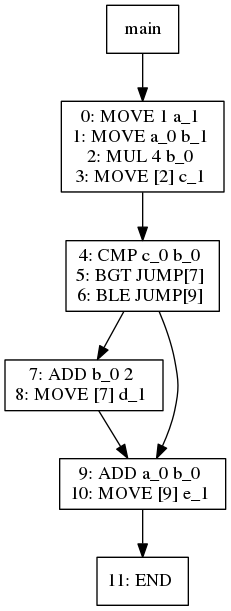
Earlier version of the Graphviz export viz/test017.dot.png (jiahanwang/PL241-Compiler). Its source is kept beside it as viz/test017.dot.
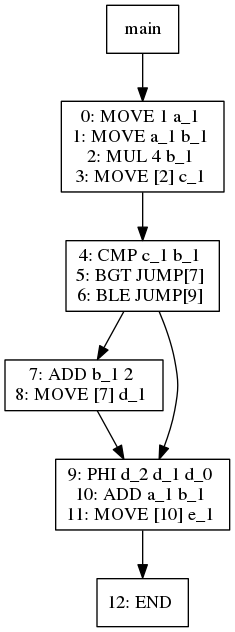
Later version of the same file.

Diff of the diagram source:
```diff
@@ -3,25 +3,26 @@
 1[label="main"]
 1 -> 3
 3[label="0: MOVE 1 a_1
-1: MOVE a_0 b_1
-2: MUL 4 b_0
+1: MOVE a_1 b_1
+2: MUL 4 b_1
 3: MOVE [2] c_1
 "]
 3 -> 6
-6[label="4: CMP c_0 b_0
+6[label="4: CMP c_1 b_1
 5: BGT JUMP[7]
 6: BLE JUMP[9]
 "]
 6 -> 8
-8[label="7: ADD b_0 2
+8[label="7: ADD b_1 2
 8: MOVE [7] d_1
 "]
 8 -> 7
-7[label="9: ADD a_0 b_0
-10: MOVE [9] e_1
+7[label="9: PHI d_2 d_1 d_0
+10: ADD a_1 b_1
+11: MOVE [10] e_1
 "]
 7 -> 10
-10[label="11: END
+10[label="12: END
 "]
 6 -> 7
 }
```
